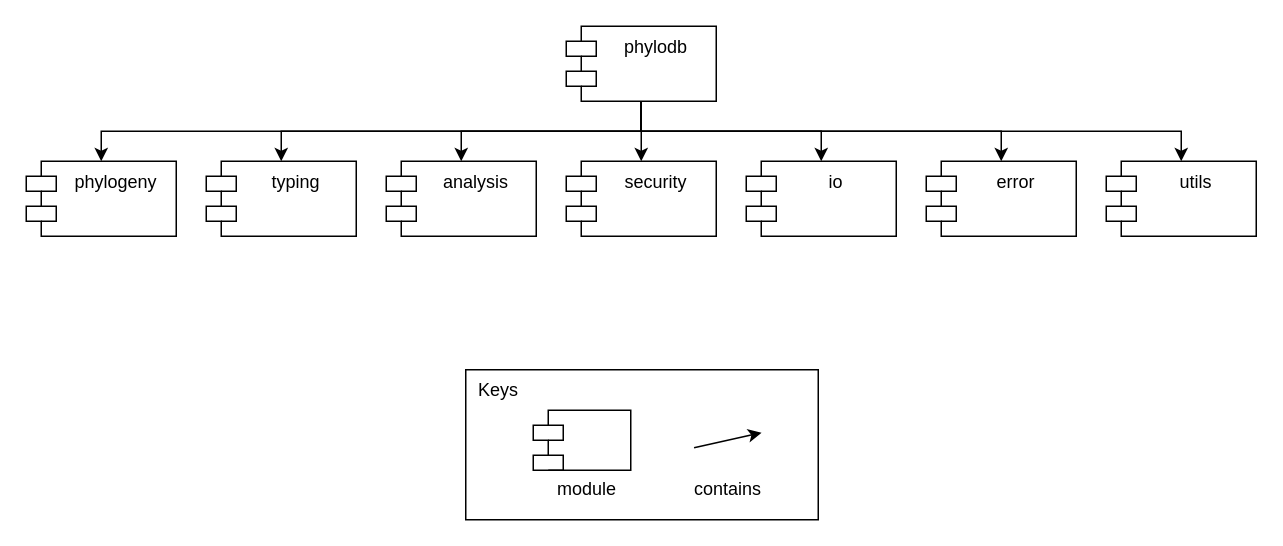
phyloviz/phyloDB keeps this draw.io diagram as wiki/draw.io/phylodb/decomposition.drawio. Above is the earlier version. Source tidied: cells renumbered, new cells numbered last; positions are measured from the earlier drawing's top-left corner, leaving out a move shared by most shapes. Both pictures are drawn from the tidied source at 150%, with x=0, y=0 at pixel (26, 26).
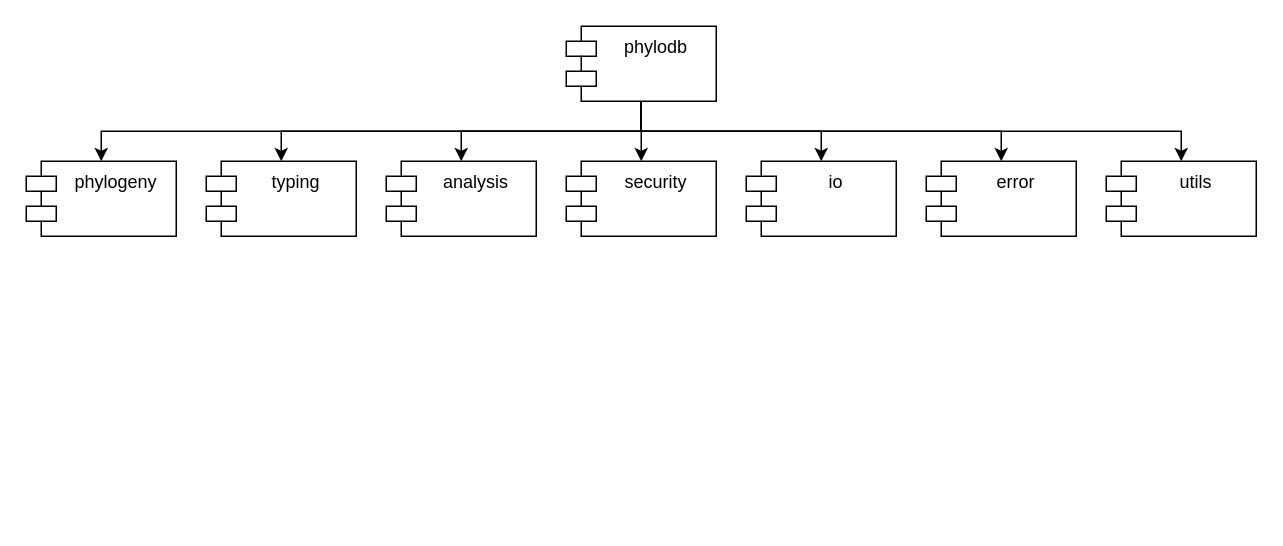
Above is the later version.

Diff of the diagram source:
```diff
@@
-    <mxCell id="17" style="group;" parent="1" vertex="1">
-      <mxGeometry x="293" y="229" width="235" height="100" as="geometry" />
-    </mxCell>
-    <mxCell id="18" value="&amp;nbsp; Keys" style="rounded=0;whiteSpace=wrap;html=1;align=left;verticalAlign=top;" parent="17" vertex="1">
-      <mxGeometry width="235" height="100" as="geometry" />
-    </mxCell>
-    <mxCell id="19" style="endArrow=classic;html=1;exitX=1;exitY=0.5;exitDx=0;exitDy=0;startArrow=none;startFill=0;endFill=1;" parent="17" edge="1">
-      <mxGeometry relative="1" as="geometry">
-        <mxPoint x="152.2" y="52" as="sourcePoint" />
-        <mxPoint x="197.2" y="42" as="targetPoint" />
-      </mxGeometry>
-    </mxCell>
-    <mxCell id="20" value="contains" style="text;html=1;strokeColor=none;fillColor=none;align=center;verticalAlign=middle;whiteSpace=wrap;rounded=0;" parent="17" vertex="1">
-      <mxGeometry x="145" y="70" width="59.5" height="20" as="geometry" />
-    </mxCell>
-    <mxCell id="21" style="shape=module;align=left;spacingLeft=20;align=center;verticalAlign=top;" parent="17" vertex="1">
-      <mxGeometry x="45" y="27" width="65" height="40" as="geometry" />
-    </mxCell>
-    <mxCell id="22" value="module" style="text;html=1;strokeColor=none;fillColor=none;align=center;verticalAlign=middle;whiteSpace=wrap;rounded=0;" parent="17" vertex="1">
-      <mxGeometry x="50.5" y="70" width="59.5" height="20" as="geometry" />
-    </mxCell>
```
